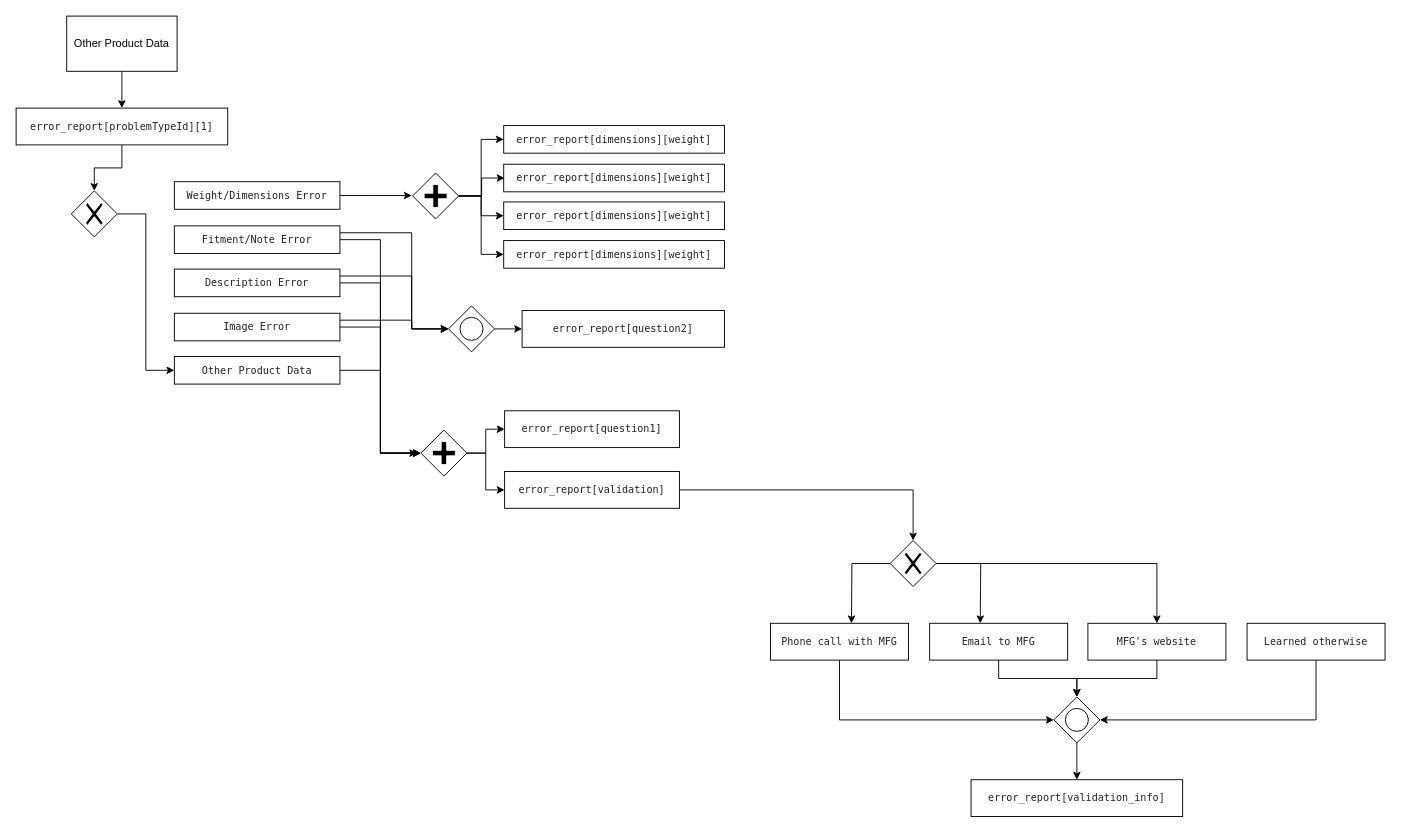
Before: page "Other Product Data" (4 of 11) of report-error.drawio in yvelio/test, a draw.io diagram. Source tidied: cells renumbered, new cells numbered last; positions are measured from the earlier drawing's top-left corner, leaving out a move shared by most shapes. Both pictures are drawn from the tidied source at 92%, with x=0, y=0 at pixel (16, 16).
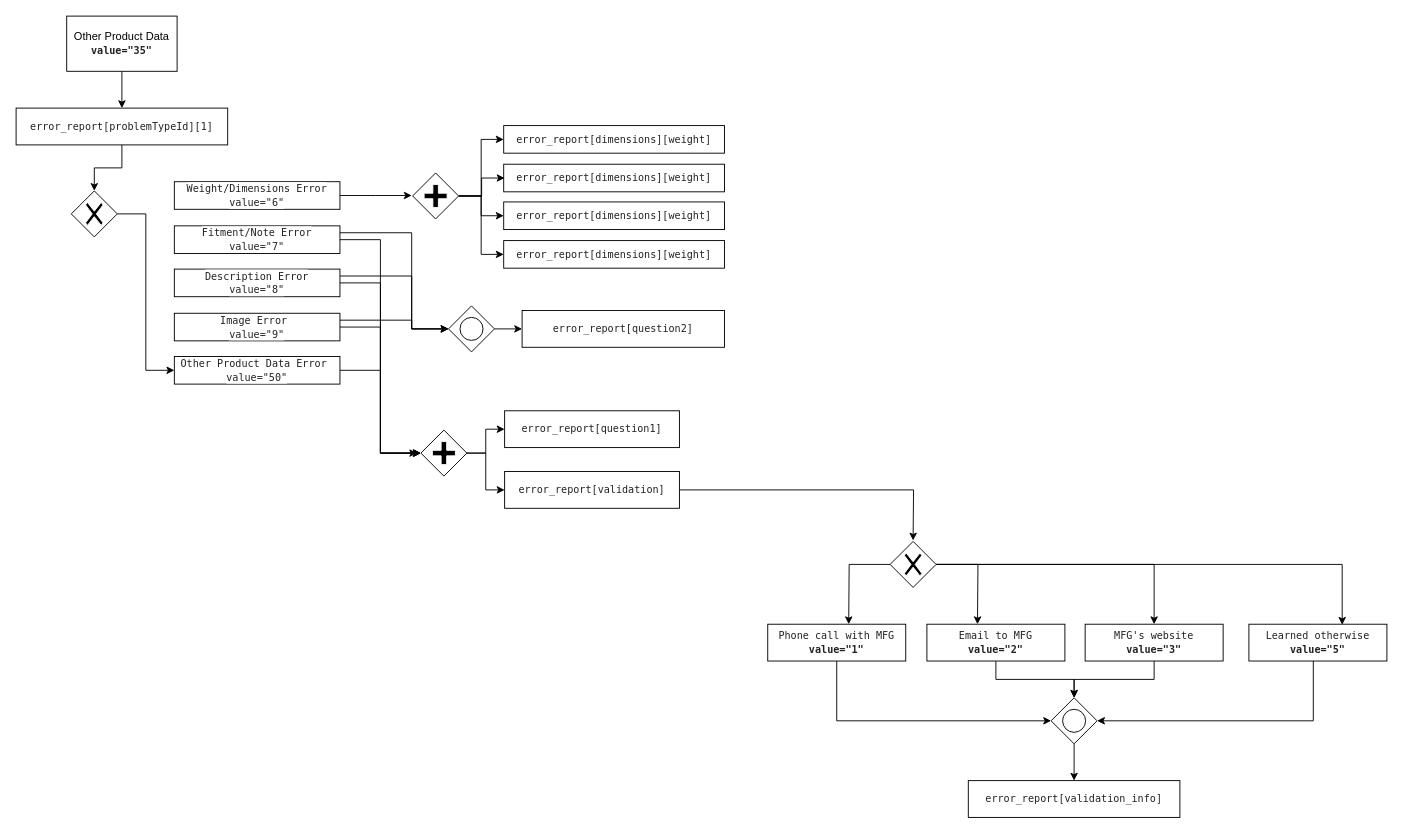
After the change.

Unchanged cells that the change refers to:
```xml
<mxCell id="4" value="&lt;span style=&quot;color: rgb(34 , 34 , 34) ; font-family: &amp;#34;menlo&amp;#34; , monospace ; font-size: 11px ; text-align: left ; background-color: rgb(255 , 255 , 255)&quot;&gt;error_report[validation]&lt;/span&gt;" style="whiteSpace=wrap;html=1;" parent="1" vertex="1">
  <mxGeometry x="531" y="495" width="190" height="40" as="geometry" />
</mxCell>
```

The edit, as a diff of the source:
```diff
@@
-    <mxCell id="3" style="edgeStyle=orthogonalEdgeStyle;rounded=0;jettySize=auto;html=1;" parent="1" edge="1" source="4" target="53">
-      <mxGeometry relative="1" as="geometry" />
+    <mxCell id="3" style="edgeStyle=orthogonalEdgeStyle;rounded=0;jettySize=auto;html=1;" parent="1" edge="1" source="4">
+      <mxGeometry relative="1" as="geometry">
+        <mxPoint x="975" y="570" as="targetPoint" />
+      </mxGeometry>
     </mxCell>
@@
-    <mxCell id="12" value="&lt;span style=&quot;color: rgb(34 , 34 , 34) ; font-family: &amp;#34;menlo&amp;#34; , monospace ; font-size: 11px ; text-align: left ; background-color: rgb(255 , 255 , 255)&quot;&gt;      Weight/Dimensions Error&lt;br&gt;&lt;/span&gt;" style="whiteSpace=wrap;html=1;" parent="1" vertex="1">
+    <mxCell id="12" value="&lt;span style=&quot;text-align: left ; background-color: rgb(255 , 255 , 255)&quot;&gt;&lt;font color=&quot;#222222&quot; face=&quot;menlo, monospace&quot;&gt;&lt;span style=&quot;font-size: 11px&quot;&gt;      Weight/Dimensions Error value=&quot;6&quot;&lt;/span&gt;&lt;/font&gt;&lt;br&gt;&lt;/span&gt;" style="whiteSpace=wrap;html=1;" parent="1" vertex="1">
       <mxGeometry x="172" y="180" width="180" height="30" as="geometry" />
     </mxCell>
@@
-    <mxCell id="15" value="&lt;span style=&quot;color: rgb(34 , 34 , 34) ; font-family: &amp;#34;menlo&amp;#34; , monospace ; font-size: 11px ; text-align: left ; background-color: rgb(255 , 255 , 255)&quot;&gt;      Fitment/Note Error&lt;br&gt;&lt;/span&gt;" style="whiteSpace=wrap;html=1;" parent="1" vertex="1">
+    <mxCell id="15" value="&lt;span style=&quot;text-align: left ; background-color: rgb(255 , 255 , 255)&quot;&gt;&lt;font color=&quot;#222222&quot; face=&quot;menlo, monospace&quot;&gt;&lt;span style=&quot;font-size: 11px&quot;&gt;      Fitment/Note Error value=&quot;7&quot;&lt;/span&gt;&lt;/font&gt;&lt;br&gt;&lt;/span&gt;" style="whiteSpace=wrap;html=1;" parent="1" vertex="1">
       <mxGeometry x="172" y="228" width="180" height="30" as="geometry" />
     </mxCell>
@@
-    <mxCell id="18" value="&lt;span style=&quot;color: rgb(34 , 34 , 34) ; font-family: &amp;#34;menlo&amp;#34; , monospace ; font-size: 11px ; text-align: left ; background-color: rgb(255 , 255 , 255)&quot;&gt;      Description Error&lt;br&gt;&lt;/span&gt;" style="whiteSpace=wrap;html=1;" parent="1" vertex="1">
+    <mxCell id="18" value="&lt;span style=&quot;text-align: left ; background-color: rgb(255 , 255 , 255)&quot;&gt;&lt;font color=&quot;#222222&quot; face=&quot;menlo, monospace&quot;&gt;&lt;span style=&quot;font-size: 11px&quot;&gt;      Description Error&lt;br&gt;value=&quot;8&quot;&lt;/span&gt;&lt;/font&gt;&lt;br&gt;&lt;/span&gt;" style="whiteSpace=wrap;html=1;" parent="1" vertex="1">
       <mxGeometry x="172" y="275" width="180" height="30" as="geometry" />
     </mxCell>
@@
-    <mxCell id="21" value="&lt;span style=&quot;color: rgb(34 , 34 , 34) ; font-family: &amp;#34;menlo&amp;#34; , monospace ; font-size: 11px ; text-align: left ; background-color: rgb(255 , 255 , 255)&quot;&gt;Image Error&lt;/span&gt;&lt;span style=&quot;color: rgb(34 , 34 , 34) ; font-family: &amp;#34;menlo&amp;#34; , monospace ; font-size: 11px ; text-align: left ; background-color: rgb(255 , 255 , 255)&quot;&gt;&lt;br&gt;&lt;/span&gt;" style="whiteSpace=wrap;html=1;" parent="1" vertex="1">
+    <mxCell id="21" value="&lt;span style=&quot;color: rgb(34 , 34 , 34) ; font-family: &amp;#34;menlo&amp;#34; , monospace ; font-size: 11px ; text-align: left ; background-color: rgb(255 , 255 , 255)&quot;&gt;Image Error&amp;nbsp;&lt;br&gt;&lt;/span&gt;&lt;span style=&quot;text-align: left ; background-color: rgb(255 , 255 , 255)&quot;&gt;&lt;font color=&quot;#222222&quot; face=&quot;menlo, monospace&quot;&gt;&lt;span style=&quot;font-size: 11px&quot;&gt;value=&quot;9&quot;&lt;/span&gt;&lt;/font&gt;&lt;br&gt;&lt;/span&gt;" style="whiteSpace=wrap;html=1;" parent="1" vertex="1">
       <mxGeometry x="172" y="323" width="180" height="30" as="geometry" />
     </mxCell>
@@
-    <mxCell id="23" value="&lt;span style=&quot;color: rgb(34 , 34 , 34) ; font-family: &amp;#34;menlo&amp;#34; , monospace ; font-size: 11px ; text-align: left ; background-color: rgb(255 , 255 , 255)&quot;&gt;Other Product Data&lt;/span&gt;&lt;span style=&quot;color: rgb(34 , 34 , 34) ; font-family: &amp;#34;menlo&amp;#34; , monospace ; font-size: 11px ; text-align: left ; background-color: rgb(255 , 255 , 255)&quot;&gt;&lt;br&gt;&lt;/span&gt;" style="whiteSpace=wrap;html=1;" parent="1" vertex="1">
+    <mxCell id="23" value="&lt;span style=&quot;color: rgb(34 , 34 , 34) ; font-family: &amp;#34;menlo&amp;#34; , monospace ; font-size: 11px ; text-align: left ; background-color: rgb(255 , 255 , 255)&quot;&gt;Other Product Data Error&amp;nbsp;&lt;br&gt;&lt;/span&gt;&lt;span style=&quot;text-align: left ; background-color: rgb(255 , 255 , 255)&quot;&gt;&lt;font color=&quot;#222222&quot; face=&quot;menlo, monospace&quot;&gt;&lt;span style=&quot;font-size: 11px&quot;&gt;value=&quot;50&quot;&lt;/span&gt;&lt;/font&gt;&lt;br&gt;&lt;/span&gt;" style="whiteSpace=wrap;html=1;" parent="1" vertex="1">
       <mxGeometry x="172" y="370" width="180" height="30" as="geometry" />
     </mxCell>
@@
-    <mxCell id="38" value="Other Product Data" style="rounded=0;whiteSpace=wrap;html=1;" parent="1" vertex="1">
+    <mxCell id="38" value="Other Product Data&lt;br&gt;&lt;b style=&quot;text-align: left&quot;&gt;&lt;font color=&quot;#222222&quot; face=&quot;menlo, monospace&quot;&gt;&lt;span style=&quot;font-size: 11px&quot;&gt;value=&quot;35&quot;&lt;/span&gt;&lt;/font&gt;&lt;br&gt;&lt;/b&gt;" style="rounded=0;whiteSpace=wrap;html=1;" parent="1" vertex="1">
       <mxGeometry x="55" width="120" height="60" as="geometry" />
     </mxCell>
-    <mxCell id="39" style="edgeStyle=orthogonalEdgeStyle;rounded=0;jettySize=auto;html=1;" parent="1" edge="1" source="53">
-      <mxGeometry relative="1" as="geometry">
-        <mxPoint x="1048" y="660" as="targetPoint" />
-      </mxGeometry>
-    </mxCell>
-    <mxCell id="40" style="edgeStyle=orthogonalEdgeStyle;rounded=0;jettySize=auto;html=1;" parent="1" edge="1" source="53">
-      <mxGeometry relative="1" as="geometry">
-        <mxPoint x="908" y="660" as="targetPoint" />
-      </mxGeometry>
-    </mxCell>
-    <mxCell id="41" style="edgeStyle=orthogonalEdgeStyle;rounded=0;jettySize=auto;html=1;entryX=0.5;entryY=0;entryDx=0;entryDy=0;" parent="1" edge="1" source="53" target="49">
-      <mxGeometry relative="1" as="geometry" />
-    </mxCell>
-    <mxCell id="42" style="edgeStyle=orthogonalEdgeStyle;rounded=0;jettySize=auto;html=1;" parent="1" edge="1" source="43" target="52">
-      <mxGeometry relative="1" as="geometry" />
-    </mxCell>
-    <mxCell id="43" style="shape=mxgraph.bpmn.shape;html=1;verticalLabelPosition=bottom;labelBackgroundColor=#ffffff;verticalAlign=top;align=center;perimeter=rhombusPerimeter;background=gateway;outlineConnect=0;outline=standard;symbol=general;" parent="1" vertex="1">
-      <mxGeometry x="1128" y="740" width="50" height="50" as="geometry" />
-    </mxCell>
-    <mxCell id="44" style="edgeStyle=orthogonalEdgeStyle;rounded=0;jettySize=auto;html=1;entryX=0;entryY=0.5;entryDx=0;entryDy=0;" parent="1" edge="1" source="47" target="43">
-      <mxGeometry relative="1" as="geometry">
-        <Array as="points">
-          <mxPoint x="895" y="765" />
-        </Array>
-      </mxGeometry>
-    </mxCell>
-    <mxCell id="45" style="edgeStyle=orthogonalEdgeStyle;rounded=0;jettySize=auto;html=1;" parent="1" edge="1" source="48" target="43">
-      <mxGeometry relative="1" as="geometry" />
-    </mxCell>
-    <mxCell id="46" style="edgeStyle=orthogonalEdgeStyle;rounded=0;jettySize=auto;html=1;" parent="1" edge="1" source="49" target="43">
-      <mxGeometry relative="1" as="geometry" />
-    </mxCell>
-    <mxCell id="47" value="&lt;span style=&quot;color: rgb(34 , 34 , 34) ; font-family: &amp;#34;menlo&amp;#34; , monospace ; font-size: 11px ; font-style: normal ; font-weight: 400 ; letter-spacing: normal ; text-align: left ; text-indent: 0px ; text-transform: none ; word-spacing: 0px ; background-color: rgb(255 , 255 , 255) ; display: inline ; float: none&quot;&gt;Phone call with MFG&lt;br&gt;    &lt;/span&gt;" style="whiteSpace=wrap;html=1;" parent="1" vertex="1">
-      <mxGeometry x="820" y="660" width="150" height="40" as="geometry" />
-    </mxCell>
-    <mxCell id="48" value="&lt;span style=&quot;color: rgb(34 , 34 , 34) ; font-family: &amp;#34;menlo&amp;#34; , monospace ; font-size: 11px ; font-style: normal ; font-weight: 400 ; letter-spacing: normal ; text-align: left ; text-indent: 0px ; text-transform: none ; word-spacing: 0px ; background-color: rgb(255 , 255 , 255) ; display: inline ; float: none&quot;&gt;&lt;br class=&quot;Apple-interchange-newline&quot;&gt;&lt;span style=&quot;font-family: &amp;#34;menlo&amp;#34; , monospace&quot;&gt;Email to MFG&lt;br&gt;    &lt;/span&gt;&lt;br&gt;    &lt;/span&gt;" style="whiteSpace=wrap;html=1;" parent="1" vertex="1">
-      <mxGeometry x="993" y="660" width="150" height="40" as="geometry" />
-    </mxCell>
-    <mxCell id="49" value="&lt;span style=&quot;color: rgb(34 , 34 , 34) ; font-family: &amp;#34;menlo&amp;#34; , monospace ; font-size: 11px ; font-style: normal ; font-weight: 400 ; letter-spacing: normal ; text-align: left ; text-indent: 0px ; text-transform: none ; word-spacing: 0px ; background-color: rgb(255 , 255 , 255) ; display: inline ; float: none&quot;&gt;&lt;br class=&quot;Apple-interchange-newline&quot;&gt;&lt;span style=&quot;font-family: &amp;#34;menlo&amp;#34; , monospace&quot;&gt;MFG's website&lt;br&gt;    &lt;/span&gt;&lt;br&gt;    &lt;/span&gt;" style="whiteSpace=wrap;html=1;" parent="1" vertex="1">
-      <mxGeometry x="1165" y="660" width="150" height="40" as="geometry" />
-    </mxCell>
-    <mxCell id="50" style="edgeStyle=orthogonalEdgeStyle;rounded=0;jettySize=auto;html=1;entryX=1;entryY=0.5;entryDx=0;entryDy=0;" parent="1" edge="1" source="51" target="43">
-      <mxGeometry relative="1" as="geometry">
-        <Array as="points">
-          <mxPoint x="1413" y="765" />
-        </Array>
-      </mxGeometry>
-    </mxCell>
-    <mxCell id="51" value="&lt;span style=&quot;color: rgb(34 , 34 , 34) ; font-family: &amp;#34;menlo&amp;#34; , monospace ; font-size: 11px ; font-style: normal ; font-weight: 400 ; letter-spacing: normal ; text-align: left ; text-indent: 0px ; text-transform: none ; word-spacing: 0px ; background-color: rgb(255 , 255 , 255) ; display: inline ; float: none&quot;&gt;&lt;span style=&quot;font-family: &amp;#34;menlo&amp;#34; , monospace&quot;&gt;Learned otherwise&lt;/span&gt;&lt;br&gt;    &lt;/span&gt;" style="whiteSpace=wrap;html=1;" parent="1" vertex="1">
-      <mxGeometry x="1338" y="660" width="150" height="40" as="geometry" />
-    </mxCell>
+    <mxCell id="54" style="edgeStyle=orthogonalEdgeStyle;rounded=0;jettySize=auto;html=1;" parent="1" edge="1" source="68">
+      <mxGeometry relative="1" as="geometry">
+        <mxPoint x="1045" y="661" as="targetPoint" />
+      </mxGeometry>
+    </mxCell>
+    <mxCell id="55" style="edgeStyle=orthogonalEdgeStyle;rounded=0;jettySize=auto;html=1;" parent="1" edge="1" source="68">
+      <mxGeometry relative="1" as="geometry">
+        <mxPoint x="905" y="661" as="targetPoint" />
+      </mxGeometry>
+    </mxCell>
+    <mxCell id="56" style="edgeStyle=orthogonalEdgeStyle;rounded=0;jettySize=auto;html=1;entryX=0.5;entryY=0;entryDx=0;entryDy=0;" parent="1" edge="1" source="68" target="64">
+      <mxGeometry relative="1" as="geometry" />
+    </mxCell>
+    <mxCell id="57" style="edgeStyle=orthogonalEdgeStyle;rounded=0;jettySize=auto;html=1;" parent="1" edge="1" source="58" target="52">
+      <mxGeometry relative="1" as="geometry" />
+    </mxCell>
+    <mxCell id="58" style="shape=mxgraph.bpmn.shape;html=1;verticalLabelPosition=bottom;labelBackgroundColor=#ffffff;verticalAlign=top;align=center;perimeter=rhombusPerimeter;background=gateway;outlineConnect=0;outline=standard;symbol=general;" parent="1" vertex="1">
+      <mxGeometry x="1125" y="741" width="50" height="50" as="geometry" />
+    </mxCell>
+    <mxCell id="59" style="edgeStyle=orthogonalEdgeStyle;rounded=0;jettySize=auto;html=1;entryX=0;entryY=0.5;entryDx=0;entryDy=0;" parent="1" edge="1" source="62" target="58">
+      <mxGeometry relative="1" as="geometry">
+        <Array as="points">
+          <mxPoint x="892" y="766" />
+        </Array>
+      </mxGeometry>
+    </mxCell>
+    <mxCell id="60" style="edgeStyle=orthogonalEdgeStyle;rounded=0;jettySize=auto;html=1;" parent="1" edge="1" source="63" target="58">
+      <mxGeometry relative="1" as="geometry" />
+    </mxCell>
+    <mxCell id="61" style="edgeStyle=orthogonalEdgeStyle;rounded=0;jettySize=auto;html=1;" parent="1" edge="1" source="64" target="58">
+      <mxGeometry relative="1" as="geometry" />
+    </mxCell>
+    <mxCell id="62" value="&lt;span style=&quot;color: rgb(34 , 34 , 34) ; font-family: &amp;#34;menlo&amp;#34; , monospace ; font-size: 11px ; font-style: normal ; letter-spacing: normal ; text-align: left ; text-indent: 0px ; text-transform: none ; word-spacing: 0px ; background-color: rgb(255 , 255 , 255) ; display: inline ; float: none&quot;&gt;Phone call with MFG&lt;br&gt;&lt;b&gt;&lt;span class=&quot;webkit-html-attribute-name&quot; style=&quot;box-sizing: border-box ; min-width: 0px ; min-height: 0px ; font-family: &amp;#34;menlo&amp;#34; , monospace&quot;&gt;value&lt;/span&gt;&lt;span style=&quot;font-family: &amp;#34;menlo&amp;#34; , monospace&quot;&gt;=&quot;&lt;/span&gt;&lt;span class=&quot;webkit-html-attribute-value&quot; style=&quot;box-sizing: border-box ; min-width: 0px ; min-height: 0px ; word-break: break-all ; font-family: &amp;#34;menlo&amp;#34; , monospace&quot;&gt;1&lt;/span&gt;&lt;span style=&quot;font-family: &amp;#34;menlo&amp;#34; , monospace&quot;&gt;&quot;&lt;/span&gt;&lt;/b&gt;&lt;br&gt;    &lt;/span&gt;" style="whiteSpace=wrap;html=1;" parent="1" vertex="1">
+      <mxGeometry x="817" y="661" width="150" height="40" as="geometry" />
+    </mxCell>
+    <mxCell id="63" value="&lt;span style=&quot;color: rgb(34 , 34 , 34) ; font-family: &amp;#34;menlo&amp;#34; , monospace ; font-size: 11px ; font-style: normal ; letter-spacing: normal ; text-align: left ; text-indent: 0px ; text-transform: none ; word-spacing: 0px ; background-color: rgb(255 , 255 , 255) ; display: inline ; float: none&quot;&gt;&lt;br class=&quot;Apple-interchange-newline&quot;&gt;&lt;span style=&quot;font-weight: 400 ; font-family: &amp;#34;menlo&amp;#34; , monospace&quot;&gt;Email to MFG&lt;br&gt;&lt;/span&gt;&lt;b&gt;&lt;span class=&quot;webkit-html-attribute-name&quot; style=&quot;box-sizing: border-box ; min-width: 0px ; min-height: 0px ; font-family: &amp;#34;menlo&amp;#34; , monospace&quot;&gt;value&lt;/span&gt;&lt;span style=&quot;font-family: &amp;#34;menlo&amp;#34; , monospace&quot;&gt;=&quot;2&lt;/span&gt;&lt;span style=&quot;font-family: &amp;#34;menlo&amp;#34; , monospace&quot;&gt;&quot;&lt;/span&gt;&lt;/b&gt;&lt;span style=&quot;font-family: &amp;#34;menlo&amp;#34; , monospace&quot;&gt;&lt;b&gt;&lt;br&gt;&lt;/b&gt;    &lt;/span&gt;&lt;br&gt;    &lt;/span&gt;" style="whiteSpace=wrap;html=1;" parent="1" vertex="1">
+      <mxGeometry x="990" y="661" width="150" height="40" as="geometry" />
+    </mxCell>
+    <mxCell id="64" value="&lt;span style=&quot;color: rgb(34 , 34 , 34) ; font-family: &amp;#34;menlo&amp;#34; , monospace ; font-size: 11px ; font-style: normal ; letter-spacing: normal ; text-align: left ; text-indent: 0px ; text-transform: none ; word-spacing: 0px ; background-color: rgb(255 , 255 , 255) ; display: inline ; float: none&quot;&gt;&lt;br class=&quot;Apple-interchange-newline&quot;&gt;&lt;span style=&quot;font-weight: 400 ; font-family: &amp;#34;menlo&amp;#34; , monospace&quot;&gt;MFG's website&lt;br&gt;&lt;/span&gt;&lt;b&gt;&lt;span class=&quot;webkit-html-attribute-name&quot; style=&quot;box-sizing: border-box ; min-width: 0px ; min-height: 0px ; font-family: &amp;#34;menlo&amp;#34; , monospace&quot;&gt;value&lt;/span&gt;&lt;span style=&quot;font-family: &amp;#34;menlo&amp;#34; , monospace&quot;&gt;=&quot;3&lt;/span&gt;&lt;span style=&quot;font-family: &amp;#34;menlo&amp;#34; , monospace&quot;&gt;&quot;&lt;/span&gt;&lt;/b&gt;&lt;span style=&quot;font-family: &amp;#34;menlo&amp;#34; , monospace&quot;&gt;&lt;b&gt;&lt;br&gt;&lt;/b&gt;    &lt;/span&gt;&lt;br&gt;    &lt;/span&gt;" style="whiteSpace=wrap;html=1;" parent="1" vertex="1">
+      <mxGeometry x="1162" y="661" width="150" height="40" as="geometry" />
+    </mxCell>
+    <mxCell id="65" style="edgeStyle=orthogonalEdgeStyle;rounded=0;jettySize=auto;html=1;entryX=1;entryY=0.5;entryDx=0;entryDy=0;" parent="1" edge="1" target="58">
+      <mxGeometry relative="1" as="geometry">
+        <mxPoint x="1410" y="701" as="sourcePoint" />
+        <Array as="points">
+          <mxPoint x="1410" y="766" />
+        </Array>
+      </mxGeometry>
+    </mxCell>
+    <mxCell id="66" value="&lt;span style=&quot;color: rgb(34 , 34 , 34) ; font-family: &amp;#34;menlo&amp;#34; , monospace ; font-size: 11px ; font-style: normal ; letter-spacing: normal ; text-align: left ; text-indent: 0px ; text-transform: none ; word-spacing: 0px ; background-color: rgb(255 , 255 , 255) ; display: inline ; float: none&quot;&gt;&lt;span style=&quot;font-weight: 400 ; font-family: &amp;#34;menlo&amp;#34; , monospace&quot;&gt;Learned otherwise&lt;br&gt;&lt;/span&gt;&lt;b&gt;&lt;span class=&quot;webkit-html-attribute-name&quot; style=&quot;box-sizing: border-box ; min-width: 0px ; min-height: 0px ; font-family: &amp;#34;menlo&amp;#34; , monospace&quot;&gt;value&lt;/span&gt;&lt;span style=&quot;font-family: &amp;#34;menlo&amp;#34; , monospace&quot;&gt;=&quot;5&lt;/span&gt;&lt;span style=&quot;font-family: &amp;#34;menlo&amp;#34; , monospace&quot;&gt;&quot;&lt;/span&gt;&lt;/b&gt;&lt;br&gt;    &lt;/span&gt;" style="whiteSpace=wrap;html=1;" parent="1" vertex="1">
+      <mxGeometry x="1340" y="661" width="150" height="40" as="geometry" />
+    </mxCell>
     <mxCell id="52" value="&lt;span style=&quot;color: rgb(34 , 34 , 34) ; font-family: &amp;#34;menlo&amp;#34; , monospace ; font-size: 11px ; text-align: left ; background-color: rgb(255 , 255 , 255)&quot;&gt;error_report[validation_info]&lt;/span&gt;" style="whiteSpace=wrap;html=1;" parent="1" vertex="1">
-      <mxGeometry x="1038" y="830" width="230" height="40" as="geometry" />
+      <mxGeometry x="1035" y="831" width="230" height="40" as="geometry" />
     </mxCell>
-    <mxCell id="53" style="shape=mxgraph.bpmn.shape;html=1;verticalLabelPosition=bottom;labelBackgroundColor=#ffffff;verticalAlign=top;align=center;perimeter=rhombusPerimeter;background=gateway;outlineConnect=0;outline=none;symbol=exclusiveGw;" parent="1" vertex="1">
-      <mxGeometry x="950" y="570" width="50" height="50" as="geometry" />
-    </mxCell>
+    <mxCell id="67" style="edgeStyle=orthogonalEdgeStyle;rounded=0;jettySize=auto;html=1;entryX=0.676;entryY=0.016;entryDx=0;entryDy=0;entryPerimeter=0;" parent="1" edge="1" source="68" target="66">
+      <mxGeometry relative="1" as="geometry" />
+    </mxCell>
+    <mxCell id="68" style="shape=mxgraph.bpmn.shape;html=1;verticalLabelPosition=bottom;labelBackgroundColor=#ffffff;verticalAlign=top;align=center;perimeter=rhombusPerimeter;background=gateway;outlineConnect=0;outline=none;symbol=exclusiveGw;" parent="1" vertex="1">
+      <mxGeometry x="950" y="571" width="50" height="50" as="geometry" />
+    </mxCell>
```
